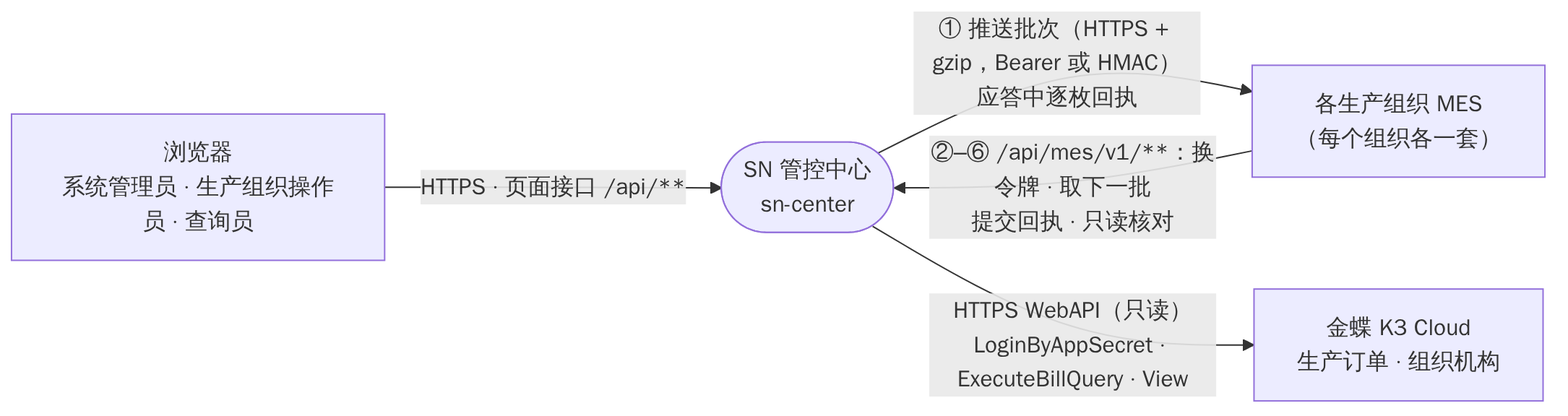
This is docs/images/系统技术方案/fig2-7-context.png from Createsnow/sn-center, a Mermaid export, as it was before one commit. Its source is kept beside it as docs/images/系统技术方案/fig2-7-context.mmd.
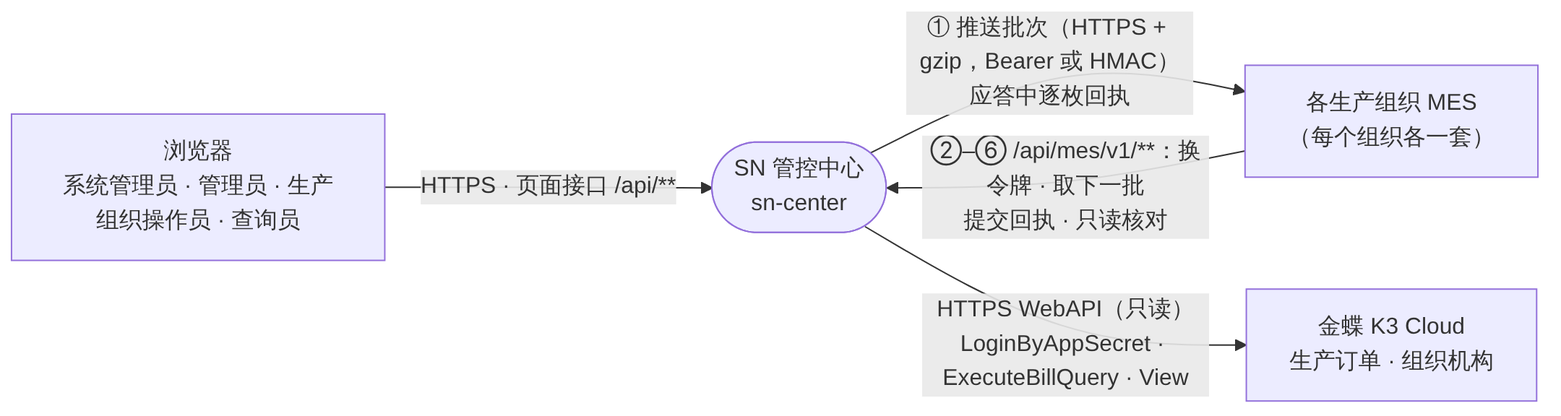
After the change.

Change to the diagram source:
```diff
@@ -1,5 +1,5 @@
 flowchart LR
-  U["浏览器<br/>系统管理员 · 生产组织操作员 · 查询员"]
+  U["浏览器<br/>系统管理员 · 管理员 · 生产组织操作员 · 查询员"]
   M["各生产组织 MES<br/>（每个组织各一套）"]
   S(["SN 管控中心<br/>sn-center"])
   K["金蝶 K3 Cloud<br/>生产订单 · 组织机构"]
```
